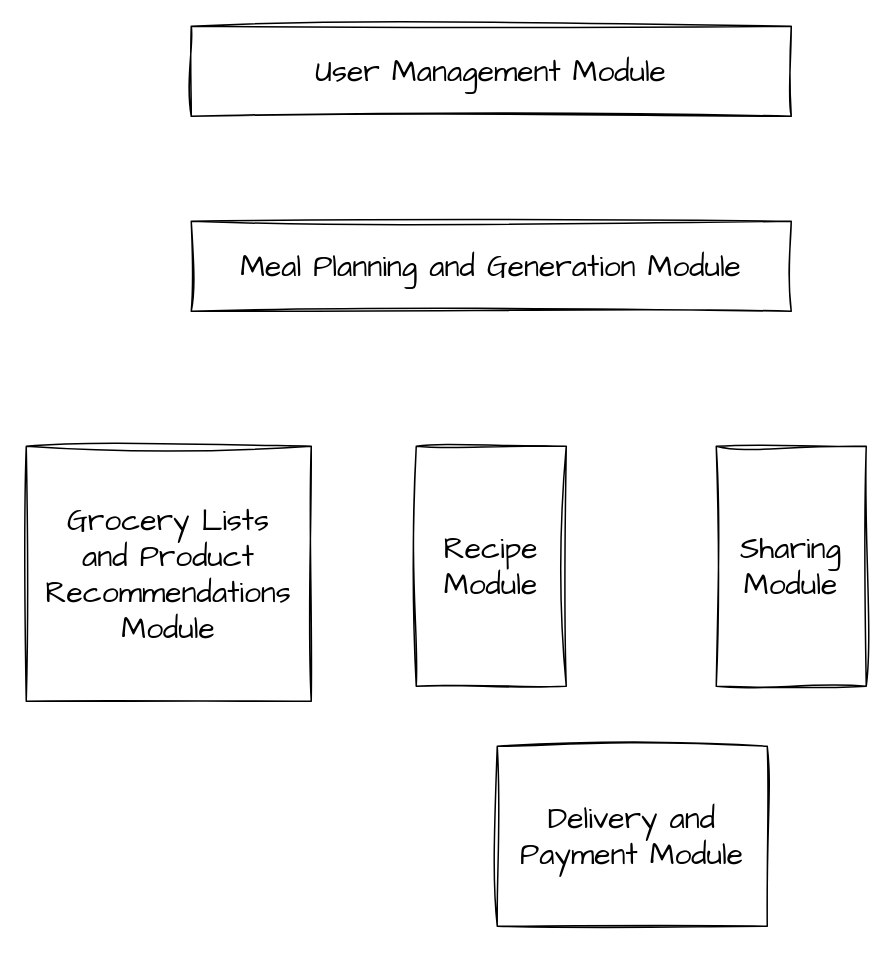
Before: docs/Diagram bez tytułu.drawio in abenteuerzeit/reviva-la-carte, a draw.io diagram. Source tidied: cells renumbered, new cells numbered last; positions are measured from the earlier drawing's top-left corner, leaving out a move shared by most shapes. Both pictures are drawn from the tidied source at 150%, with x=0, y=0 at pixel (26, 26).
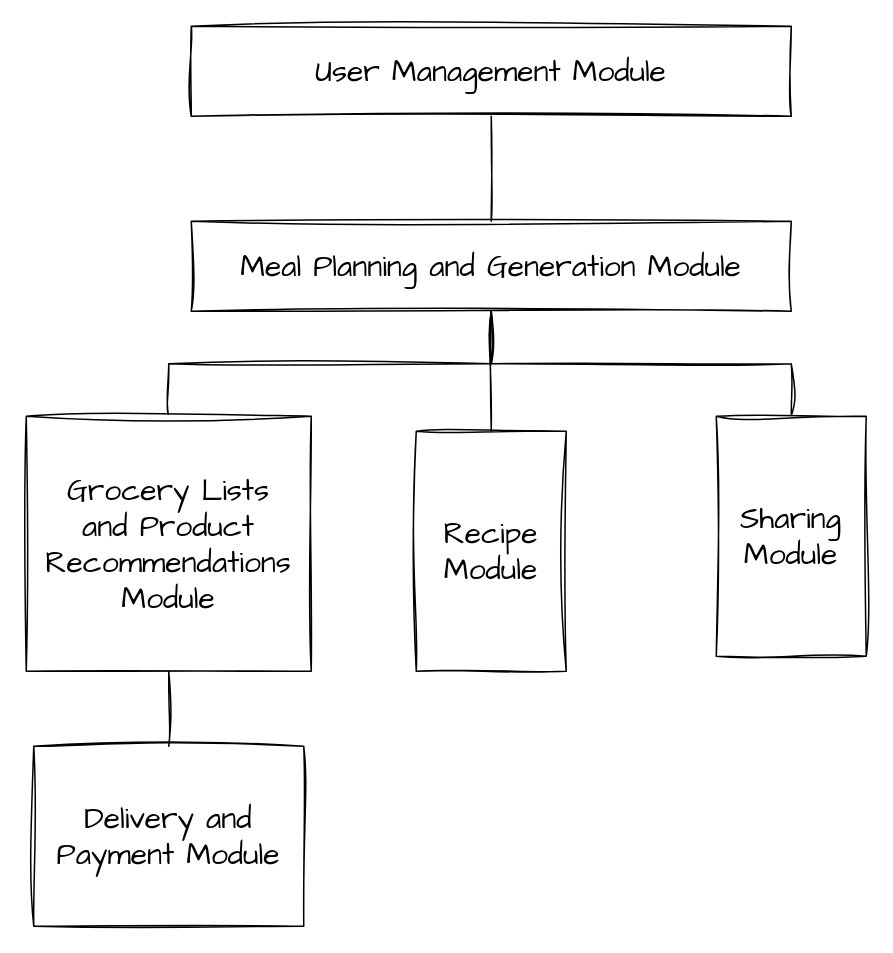
Above is the later version.

Commit message:
draw dependencies

The edit, as a diff of the source:
```diff
@@
 <mxGraphModel>
   <root>
     <mxCell id="0" />
     <mxCell id="1" parent="0" />
     <mxCell id="2" value="User Management Module" style="rounded=0;whiteSpace=wrap;html=1;sketch=1;hachureGap=4;jiggle=2;curveFitting=1;fontFamily=Architects Daughter;fontSize=20;" parent="1" vertex="1">
       <mxGeometry x="110" width="400" height="60" as="geometry" />
     </mxCell>
     <mxCell id="3" value="Meal Planning and Generation Module" style="rounded=0;whiteSpace=wrap;html=1;sketch=1;hachureGap=4;jiggle=2;curveFitting=1;fontFamily=Architects Daughter;fontSize=20;" parent="1" vertex="1">
       <mxGeometry x="110" y="130" width="400" height="60" as="geometry" />
     </mxCell>
+    <mxCell id="8" style="edgeStyle=orthogonalEdgeStyle;rounded=0;sketch=1;hachureGap=4;jiggle=2;curveFitting=1;jettySize=auto;html=1;exitX=0.5;exitY=0;exitDx=0;exitDy=0;entryX=0.5;entryY=1;entryDx=0;entryDy=0;fontFamily=Architects Daughter;fontSize=16;endArrow=none;endFill=0;" parent="1" edge="1" source="4" target="3">
+      <mxGeometry relative="1" as="geometry" />
+    </mxCell>
     <mxCell id="4" value="Grocery Lists &lt;br&gt;and Product&lt;br&gt;Recommendations Module" style="rounded=0;whiteSpace=wrap;html=1;sketch=1;hachureGap=4;jiggle=2;curveFitting=1;fontFamily=Architects Daughter;fontSize=20;" parent="1" vertex="1">
-      <mxGeometry y="280" width="190" height="170" as="geometry" />
+      <mxGeometry y="260" width="190" height="170" as="geometry" />
     </mxCell>
     <mxCell id="5" value="Recipe &lt;br&gt;Module" style="rounded=0;whiteSpace=wrap;html=1;sketch=1;hachureGap=4;jiggle=2;curveFitting=1;fontFamily=Architects Daughter;fontSize=20;" parent="1" vertex="1">
-      <mxGeometry x="260" y="280" width="100" height="160" as="geometry" />
+      <mxGeometry x="260" y="270" width="100" height="160" as="geometry" />
     </mxCell>
+    <mxCell id="9" style="edgeStyle=orthogonalEdgeStyle;rounded=0;sketch=1;hachureGap=4;jiggle=2;curveFitting=1;jettySize=auto;html=1;fontFamily=Architects Daughter;fontSize=16;endArrow=none;endFill=0;" parent="1" edge="1" source="6" target="3">
+      <mxGeometry relative="1" as="geometry" />
+    </mxCell>
     <mxCell id="6" value="Sharing Module" style="rounded=0;whiteSpace=wrap;html=1;sketch=1;hachureGap=4;jiggle=2;curveFitting=1;fontFamily=Architects Daughter;fontSize=20;" parent="1" vertex="1">
-      <mxGeometry x="460" y="280" width="100" height="160" as="geometry" />
+      <mxGeometry x="460" y="260" width="100" height="160" as="geometry" />
     </mxCell>
+    <mxCell id="10" style="edgeStyle=orthogonalEdgeStyle;rounded=0;sketch=1;hachureGap=4;jiggle=2;curveFitting=1;jettySize=auto;html=1;fontFamily=Architects Daughter;fontSize=16;endArrow=none;endFill=0;" parent="1" edge="1" source="7" target="4">
+      <mxGeometry relative="1" as="geometry" />
+    </mxCell>
     <mxCell id="7" value=" Delivery and Payment Module" style="rounded=0;whiteSpace=wrap;html=1;sketch=1;hachureGap=4;jiggle=2;curveFitting=1;fontFamily=Architects Daughter;fontSize=20;" parent="1" vertex="1">
-      <mxGeometry x="314" y="480" width="180" height="120" as="geometry" />
+      <mxGeometry x="5" y="480" width="180" height="120" as="geometry" />
     </mxCell>
+    <mxCell id="11" style="endArrow=none;html=1;rounded=0;sketch=1;hachureGap=4;jiggle=2;curveFitting=1;fontFamily=Architects Daughter;fontSize=16;entryX=0.5;entryY=1;entryDx=0;entryDy=0;" parent="1" edge="1" target="2">
+      <mxGeometry relative="1" as="geometry">
+        <mxPoint x="310" y="130" as="sourcePoint" />
+      </mxGeometry>
+    </mxCell>
+    <mxCell id="12" style="endArrow=none;html=1;rounded=0;sketch=1;hachureGap=4;jiggle=2;curveFitting=1;fontFamily=Architects Daughter;fontSize=16;entryX=0.5;entryY=0;entryDx=0;entryDy=0;exitX=0.5;exitY=1;exitDx=0;exitDy=0;" parent="1" edge="1" source="3" target="5">
+      <mxGeometry relative="1" as="geometry" />
+    </mxCell>
   </root>
 </mxGraphModel>
```
